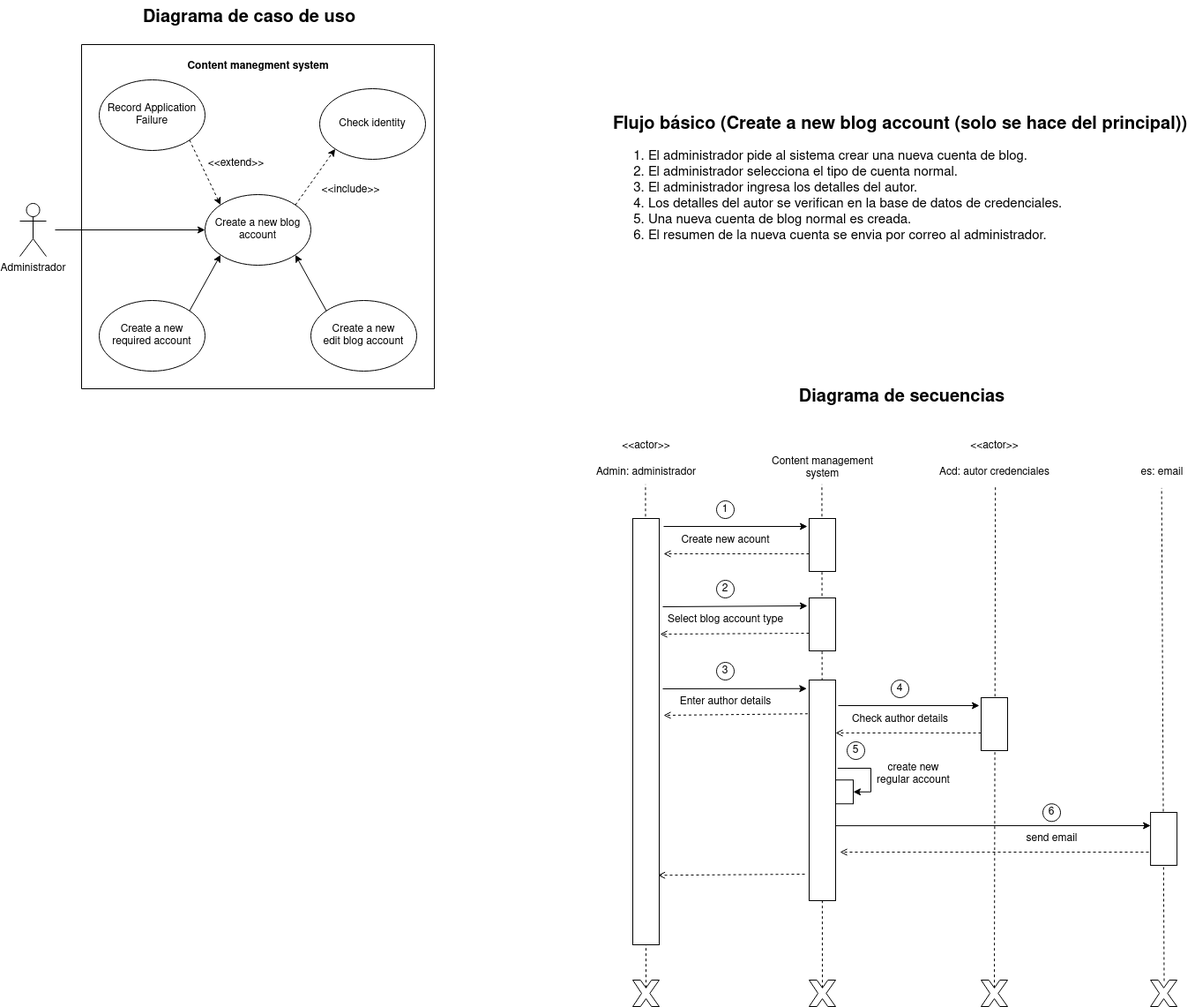
The draw.io diagram diagramas/Content manegment system.png in Chugani05/entorno_de_desarrollo, before a commit. Source tidied: cells renumbered, new cells last; positions are measured from the earlier drawing's top-left corner, leaving out a move shared by most shapes.
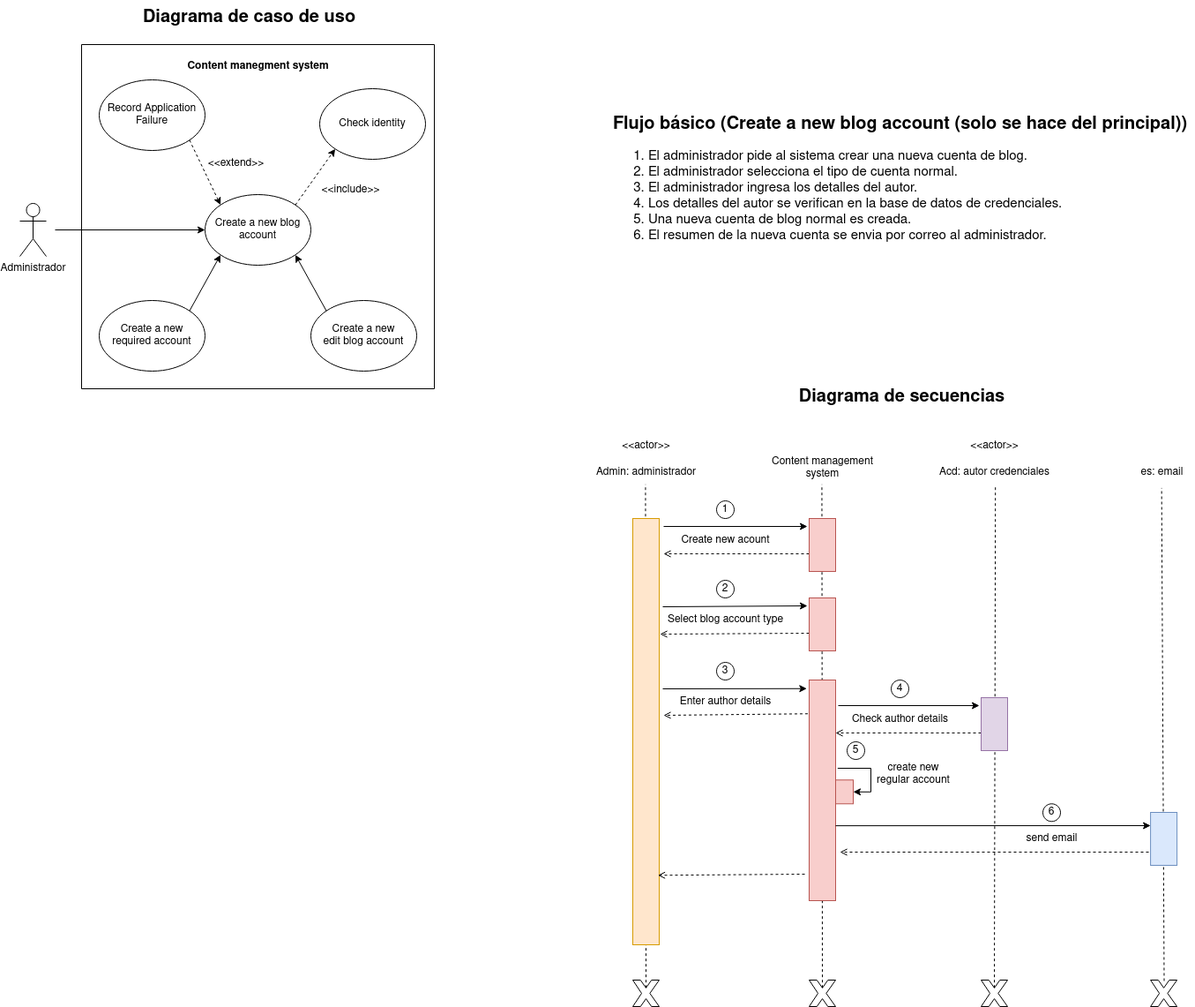
The same file after the commit.

Change to the diagram source:
```diff
@@ -137,7 +137,7 @@
         </Array>
       </mxGeometry>
     </mxCell>
-    <mxCell id="39" style="rounded=0;whiteSpace=wrap;html=1;" parent="1" vertex="1">
+    <mxCell id="39" style="rounded=0;whiteSpace=wrap;html=1;fillColor=#f8cecc;strokeColor=#b85450;" parent="1" vertex="1">
       <mxGeometry x="925" y="883.3" width="20" height="27" as="geometry" />
     </mxCell>
     <mxCell id="40" value="5" style="ellipse;whiteSpace=wrap;html=1;" parent="1" vertex="1">
@@ -161,19 +161,19 @@
     <mxCell id="46" style="endArrow=none;dashed=1;html=1;rounded=0;entryX=0.496;entryY=0.958;entryDx=0;entryDy=0;entryPerimeter=0;exitX=0.5;exitY=0.29;exitDx=0;exitDy=0;exitPerimeter=0;verticalAlign=bottom;" parent="1" edge="1" source="43" target="45">
       <mxGeometry relative="1" as="geometry" />
     </mxCell>
-    <mxCell id="47" style="rounded=0;whiteSpace=wrap;html=1;direction=south;gradientColor=none;fillColor=default;horizontal=1;verticalAlign=top;labelPosition=left;verticalLabelPosition=top;align=right;" parent="1" vertex="1">
+    <mxCell id="47" style="rounded=0;whiteSpace=wrap;html=1;direction=south;fillColor=#f8cecc;horizontal=1;verticalAlign=top;labelPosition=left;verticalLabelPosition=top;align=right;strokeColor=#b85450;" parent="1" vertex="1">
       <mxGeometry x="895" y="770" width="30" height="250" as="geometry" />
     </mxCell>
-    <mxCell id="48" style="rounded=0;whiteSpace=wrap;html=1;direction=south;verticalAlign=top;" parent="1" vertex="1">
+    <mxCell id="48" style="rounded=0;whiteSpace=wrap;html=1;direction=south;verticalAlign=top;fillColor=#f8cecc;strokeColor=#b85450;" parent="1" vertex="1">
       <mxGeometry x="895" y="677" width="30" height="60" as="geometry" />
     </mxCell>
-    <mxCell id="49" style="rounded=0;whiteSpace=wrap;html=1;direction=south;verticalAlign=top;" parent="1" vertex="1">
+    <mxCell id="49" style="rounded=0;whiteSpace=wrap;html=1;direction=south;verticalAlign=top;fillColor=#f8cecc;strokeColor=#b85450;" parent="1" vertex="1">
       <mxGeometry x="895" y="587" width="30" height="60" as="geometry" />
     </mxCell>
     <mxCell id="50" style="endArrow=none;dashed=1;html=1;rounded=0;entryX=0.496;entryY=0.944;entryDx=0;entryDy=0;entryPerimeter=0;exitX=0.5;exitY=0.29;exitDx=0;exitDy=0;exitPerimeter=0;" parent="1" edge="1" source="44" target="19">
       <mxGeometry relative="1" as="geometry" />
     </mxCell>
-    <mxCell id="51" style="rounded=0;whiteSpace=wrap;html=1;direction=south;" parent="1" vertex="1">
+    <mxCell id="51" style="rounded=0;whiteSpace=wrap;html=1;direction=south;fillColor=#ffe6cc;strokeColor=#d79b00;" parent="1" vertex="1">
       <mxGeometry x="695" y="587" width="30" height="483" as="geometry" />
     </mxCell>
     <mxCell id="52" value="&amp;lt;&amp;lt;actor&amp;gt;&amp;gt;" style="text;html=1;align=center;verticalAlign=middle;strokeColor=none;fillColor=none;" parent="1" vertex="1">
@@ -216,10 +216,10 @@
     <mxCell id="62" style="endArrow=none;dashed=1;html=1;rounded=0;entryX=0.495;entryY=1.08;entryDx=0;entryDy=0;entryPerimeter=0;exitX=0.514;exitY=0.033;exitDx=0;exitDy=0;exitPerimeter=0;" parent="1" edge="1" source="57" target="55">
       <mxGeometry relative="1" as="geometry" />
     </mxCell>
-    <mxCell id="63" style="rounded=0;whiteSpace=wrap;html=1;direction=south;" parent="1" vertex="1">
+    <mxCell id="63" style="rounded=0;whiteSpace=wrap;html=1;direction=south;fillColor=#dae8fc;strokeColor=#6c8ebf;" parent="1" vertex="1">
       <mxGeometry x="1282.1" y="920" width="30" height="60" as="geometry" />
     </mxCell>
-    <mxCell id="64" style="rounded=0;whiteSpace=wrap;html=1;direction=south;" parent="1" vertex="1">
+    <mxCell id="64" style="rounded=0;whiteSpace=wrap;html=1;direction=south;fillColor=#e1d5e7;strokeColor=#9673a6;" parent="1" vertex="1">
       <mxGeometry x="1090" y="790" width="30" height="60" as="geometry" />
     </mxCell>
   </root>
```
